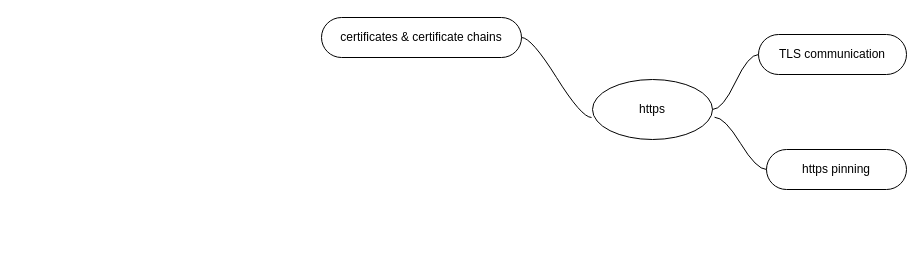
Above: https.drawio in dev4mobile/diagrams (draw.io), before the change. Source tidied: cells renumbered, new cells numbered last; positions are measured from the earlier drawing's top-left corner, leaving out a move shared by most shapes. Both pictures are drawn from the tidied source at 100%, with x=0, y=0 at pixel (321, 17).
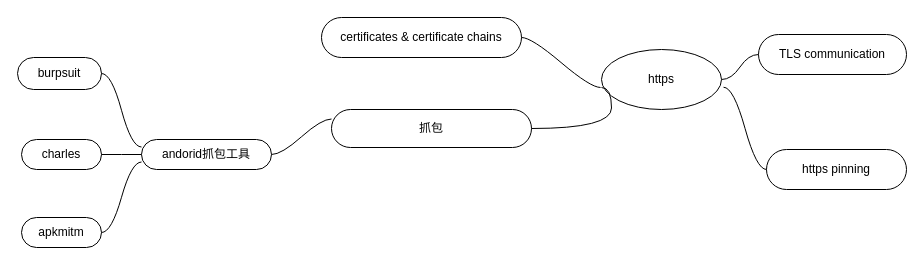
The same diagram, later.

Diff of the diagram source:
```diff
@@
 <mxGraphModel>
   <root>
     <mxCell id="0" />
     <mxCell id="1" parent="0" />
     <mxCell id="2" value="https" style="ellipse;whiteSpace=wrap;html=1;align=center;newEdgeStyle={&quot;edgeStyle&quot;:&quot;entityRelationEdgeStyle&quot;,&quot;startArrow&quot;:&quot;none&quot;,&quot;endArrow&quot;:&quot;none&quot;,&quot;segment&quot;:10,&quot;curved&quot;:1};" parent="1" vertex="1">
-      <mxGeometry x="271" y="62" width="120" height="60" as="geometry" />
+      <mxGeometry x="280" y="32" width="120" height="60" as="geometry" />
     </mxCell>
     <mxCell id="3" value="TLS communication" style="whiteSpace=wrap;html=1;rounded=1;arcSize=50;align=center;verticalAlign=middle;strokeWidth=1;spacing=4;newEdgeStyle={&quot;edgeStyle&quot;:&quot;entityRelationEdgeStyle&quot;,&quot;startArrow&quot;:&quot;none&quot;,&quot;endArrow&quot;:&quot;none&quot;,&quot;segment&quot;:10,&quot;curved&quot;:1};" parent="1" vertex="1">
       <mxGeometry x="437" y="17" width="148" height="40" as="geometry" />
     </mxCell>
     <mxCell id="4" style="edgeStyle=entityRelationEdgeStyle;startArrow=none;endArrow=none;segment=10;curved=1;rounded=0;exitX=1;exitY=0.5;exitDx=0;exitDy=0;" parent="1" edge="1" source="2" target="3">
       <mxGeometry relative="1" as="geometry" />
     </mxCell>
     <mxCell id="5" value="https pinning" style="whiteSpace=wrap;html=1;rounded=1;arcSize=50;align=center;verticalAlign=middle;strokeWidth=1;spacing=4;newEdgeStyle={&quot;edgeStyle&quot;:&quot;entityRelationEdgeStyle&quot;,&quot;startArrow&quot;:&quot;none&quot;,&quot;endArrow&quot;:&quot;none&quot;,&quot;segment&quot;:10,&quot;curved&quot;:1};" parent="1" vertex="1">
       <mxGeometry x="445" y="132" width="140" height="40" as="geometry" />
     </mxCell>
     <mxCell id="6" style="edgeStyle=entityRelationEdgeStyle;startArrow=none;endArrow=none;segment=10;curved=1;rounded=0;exitX=1.017;exitY=0.629;exitDx=0;exitDy=0;exitPerimeter=0;" parent="1" edge="1" source="2" target="5">
       <mxGeometry relative="1" as="geometry" />
     </mxCell>
     <mxCell id="7" value="certificates &amp;amp; certificate chains&lt;br&gt;" style="whiteSpace=wrap;html=1;rounded=1;arcSize=50;align=center;verticalAlign=middle;strokeWidth=1;spacing=4;newEdgeStyle={&quot;edgeStyle&quot;:&quot;entityRelationEdgeStyle&quot;,&quot;startArrow&quot;:&quot;none&quot;,&quot;endArrow&quot;:&quot;none&quot;,&quot;segment&quot;:10,&quot;curved&quot;:1};" parent="1" vertex="1" collapsed="1">
       <mxGeometry width="200" height="40" as="geometry" />
     </mxCell>
     <mxCell id="8" style="edgeStyle=entityRelationEdgeStyle;startArrow=none;endArrow=none;segment=10;curved=1;rounded=0;exitX=-0.008;exitY=0.633;exitDx=0;exitDy=0;exitPerimeter=0;" parent="1" edge="1" source="2" target="7">
       <mxGeometry relative="1" as="geometry" />
     </mxCell>
+    <mxCell id="9" value="抓包" style="whiteSpace=wrap;html=1;rounded=1;arcSize=50;align=center;verticalAlign=middle;strokeWidth=1;spacing=4;newEdgeStyle={&quot;edgeStyle&quot;:&quot;entityRelationEdgeStyle&quot;,&quot;startArrow&quot;:&quot;none&quot;,&quot;endArrow&quot;:&quot;none&quot;,&quot;segment&quot;:10,&quot;curved&quot;:1};" parent="1" vertex="1">
+      <mxGeometry x="10" y="92" width="200" height="38" as="geometry" />
+    </mxCell>
+    <mxCell id="10" style="edgeStyle=entityRelationEdgeStyle;startArrow=none;endArrow=none;segment=10;curved=1;rounded=0;" parent="1" edge="1" target="9">
+      <mxGeometry relative="1" as="geometry">
+        <mxPoint x="280" y="70" as="sourcePoint" />
+      </mxGeometry>
+    </mxCell>
+    <mxCell id="11" value="andorid抓包工具&lt;br&gt;" style="whiteSpace=wrap;html=1;rounded=1;arcSize=50;align=center;verticalAlign=middle;strokeWidth=1;spacing=4;newEdgeStyle={&quot;edgeStyle&quot;:&quot;entityRelationEdgeStyle&quot;,&quot;startArrow&quot;:&quot;none&quot;,&quot;endArrow&quot;:&quot;none&quot;,&quot;segment&quot;:10,&quot;curved&quot;:1};" parent="1" vertex="1">
+      <mxGeometry x="-180" y="122" width="130" height="30" as="geometry" />
+    </mxCell>
+    <mxCell id="12" style="edgeStyle=entityRelationEdgeStyle;startArrow=none;endArrow=none;segment=10;curved=1;rounded=0;exitX=0;exitY=0.25;exitDx=0;exitDy=0;" parent="1" edge="1" source="9" target="11">
+      <mxGeometry relative="1" as="geometry" />
+    </mxCell>
+    <mxCell id="13" value="charles" style="whiteSpace=wrap;html=1;rounded=1;arcSize=50;align=center;verticalAlign=middle;strokeWidth=1;spacing=4;newEdgeStyle={&quot;edgeStyle&quot;:&quot;entityRelationEdgeStyle&quot;,&quot;startArrow&quot;:&quot;none&quot;,&quot;endArrow&quot;:&quot;none&quot;,&quot;segment&quot;:10,&quot;curved&quot;:1};" parent="1" vertex="1">
+      <mxGeometry x="-300" y="122" width="80" height="30" as="geometry" />
+    </mxCell>
+    <mxCell id="14" style="edgeStyle=entityRelationEdgeStyle;startArrow=none;endArrow=none;segment=10;curved=1;rounded=0;exitX=0;exitY=0.5;exitDx=0;exitDy=0;" parent="1" edge="1" source="11" target="13">
+      <mxGeometry relative="1" as="geometry" />
+    </mxCell>
+    <mxCell id="15" value="apkmitm" style="whiteSpace=wrap;html=1;rounded=1;arcSize=50;align=center;verticalAlign=middle;strokeWidth=1;spacing=4;newEdgeStyle={&quot;edgeStyle&quot;:&quot;entityRelationEdgeStyle&quot;,&quot;startArrow&quot;:&quot;none&quot;,&quot;endArrow&quot;:&quot;none&quot;,&quot;segment&quot;:10,&quot;curved&quot;:1};" parent="1" vertex="1">
+      <mxGeometry x="-300" y="200" width="80" height="30" as="geometry" />
+    </mxCell>
+    <mxCell id="16" style="edgeStyle=entityRelationEdgeStyle;startArrow=none;endArrow=none;segment=10;curved=1;rounded=0;exitX=0;exitY=0.75;exitDx=0;exitDy=0;" parent="1" edge="1" source="11" target="15">
+      <mxGeometry relative="1" as="geometry" />
+    </mxCell>
+    <mxCell id="17" value="burpsuit" style="whiteSpace=wrap;html=1;rounded=1;arcSize=50;align=center;verticalAlign=middle;strokeWidth=1;spacing=4;newEdgeStyle={&quot;edgeStyle&quot;:&quot;entityRelationEdgeStyle&quot;,&quot;startArrow&quot;:&quot;none&quot;,&quot;endArrow&quot;:&quot;none&quot;,&quot;segment&quot;:10,&quot;curved&quot;:1};" parent="1" vertex="1">
+      <mxGeometry x="-304" y="40" width="84" height="32" as="geometry" />
+    </mxCell>
+    <mxCell id="18" style="edgeStyle=entityRelationEdgeStyle;startArrow=none;endArrow=none;segment=10;curved=1;rounded=0;exitX=0;exitY=0.25;exitDx=0;exitDy=0;" parent="1" edge="1" source="11" target="17">
+      <mxGeometry relative="1" as="geometry" />
+    </mxCell>
   </root>
 </mxGraphModel>
```
